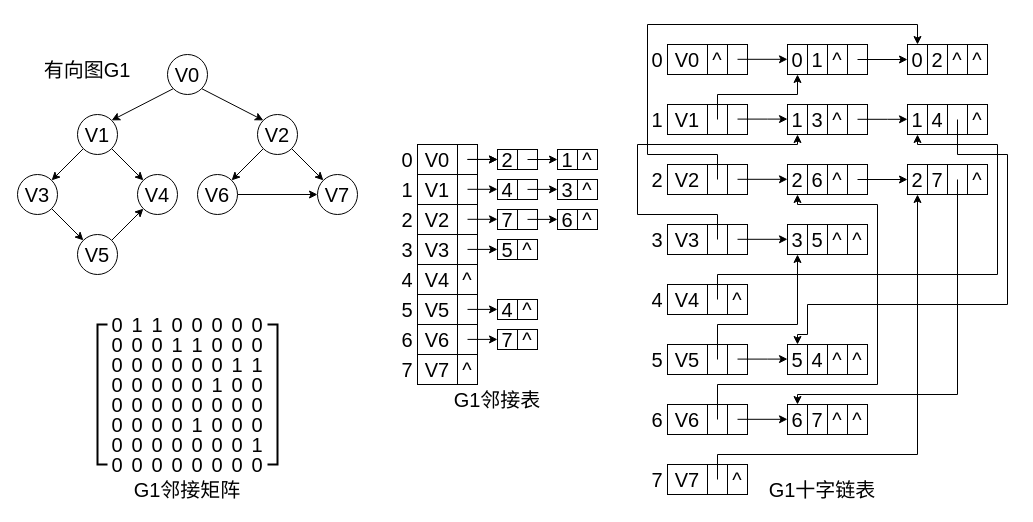
Before: Pics/11.drawio in m66rk9t/algorithms, a draw.io diagram. Source tidied: cells renumbered, new cells numbered last; positions are measured from the earlier drawing's top-left corner, leaving out a move shared by most shapes. Both pictures are drawn from the tidied source at 100%, with x=0, y=0 at pixel (17, 24).
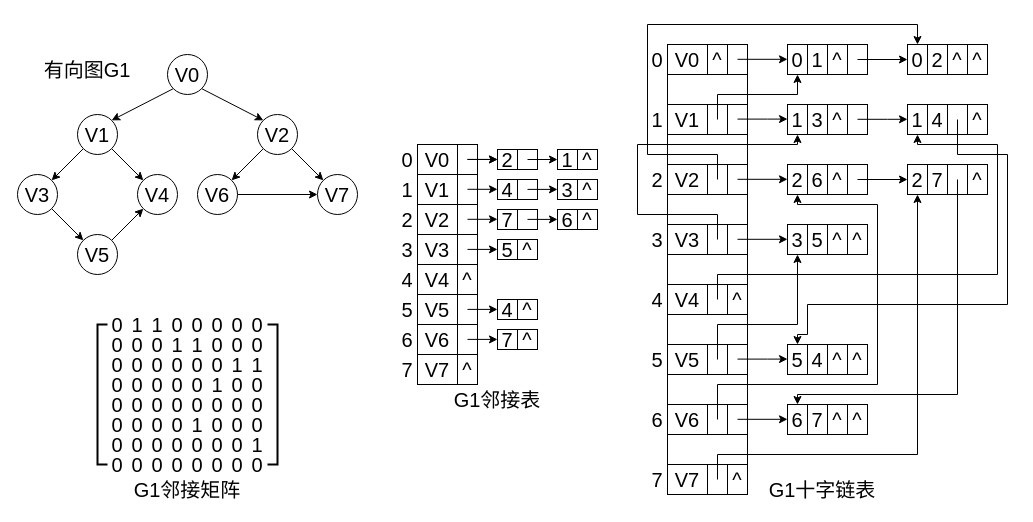
After the change.

Change to the diagram source:
```diff
@@
+    <mxCell id="227" style="line;strokeWidth=1;direction=south;html=1;" parent="1" vertex="1">
+      <mxGeometry x="645" y="20" width="10" height="430" as="geometry" />
+    </mxCell>
+    <mxCell id="228" style="line;strokeWidth=1;direction=south;html=1;" parent="1" vertex="1">
+      <mxGeometry x="725" y="35" width="10" height="430" as="geometry" />
+    </mxCell>
```
